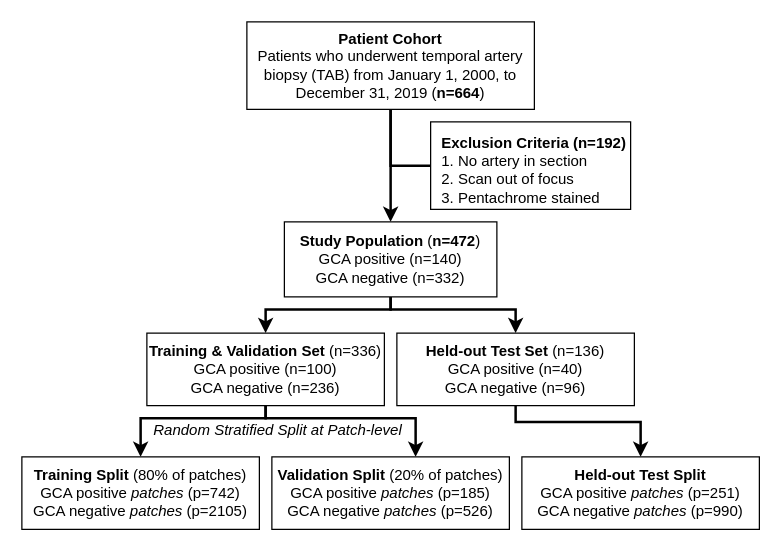
karthik-d/gca-detection-tab-slides keeps this draw.io diagram as assets/figure-sources/study-design.drawio. Above is the earlier version. Source tidied: cells renumbered, new cells numbered last; positions are measured from the earlier drawing's top-left corner, leaving out a move shared by most shapes. Both pictures are drawn from the tidied source at 125%, with x=0, y=0 at pixel (21, 21).
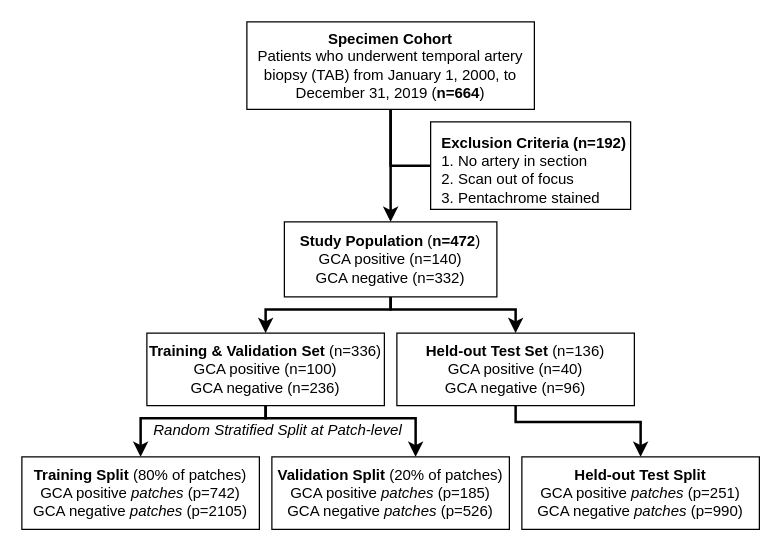
After the change.

Commit message (it also covers changes not shown here):
study design figure updated

The edit, as a diff of the source:
```diff
@@
-    <mxCell id="4" value="&lt;b&gt;Patient Cohort&lt;/b&gt;&lt;br&gt;&lt;div&gt;Patients who underwent temporal artery biopsy (TAB) from January 1, 2000, to December 31, 2019 (&lt;b&gt;n=664&lt;/b&gt;)&lt;br&gt;&lt;/div&gt;" style="rounded=0;whiteSpace=wrap;html=1;" parent="1" vertex="1">
+    <mxCell id="4" value="&lt;b&gt;Specimen Cohort&lt;/b&gt;&lt;br&gt;&lt;div&gt;Patients who underwent temporal artery biopsy (TAB) from January 1, 2000, to December 31, 2019 (&lt;b&gt;n=664&lt;/b&gt;)&lt;br&gt;&lt;/div&gt;" style="rounded=0;whiteSpace=wrap;html=1;" parent="1" vertex="1">
       <mxGeometry x="180" width="230" height="70" as="geometry" />
     </mxCell>
```
